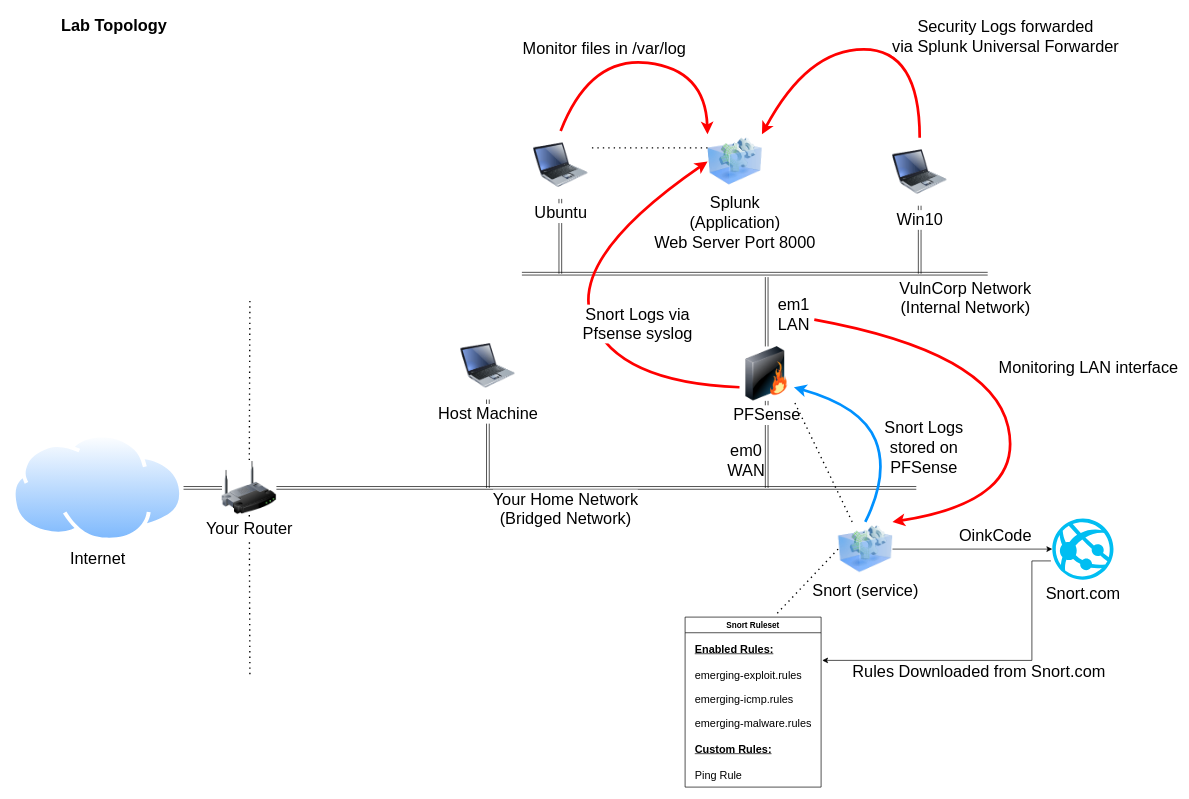
The draw.io diagram CIT_L5_SIEM_Topology.drawio in hypercoyote/tdx, before the edit. Source tidied: cells renumbered, new cells numbered last; positions are measured from the earlier drawing's top-left corner, leaving out a move shared by most shapes. Both pictures are drawn from the tidied source at 68%, with x=0, y=0 at pixel (12, 12).
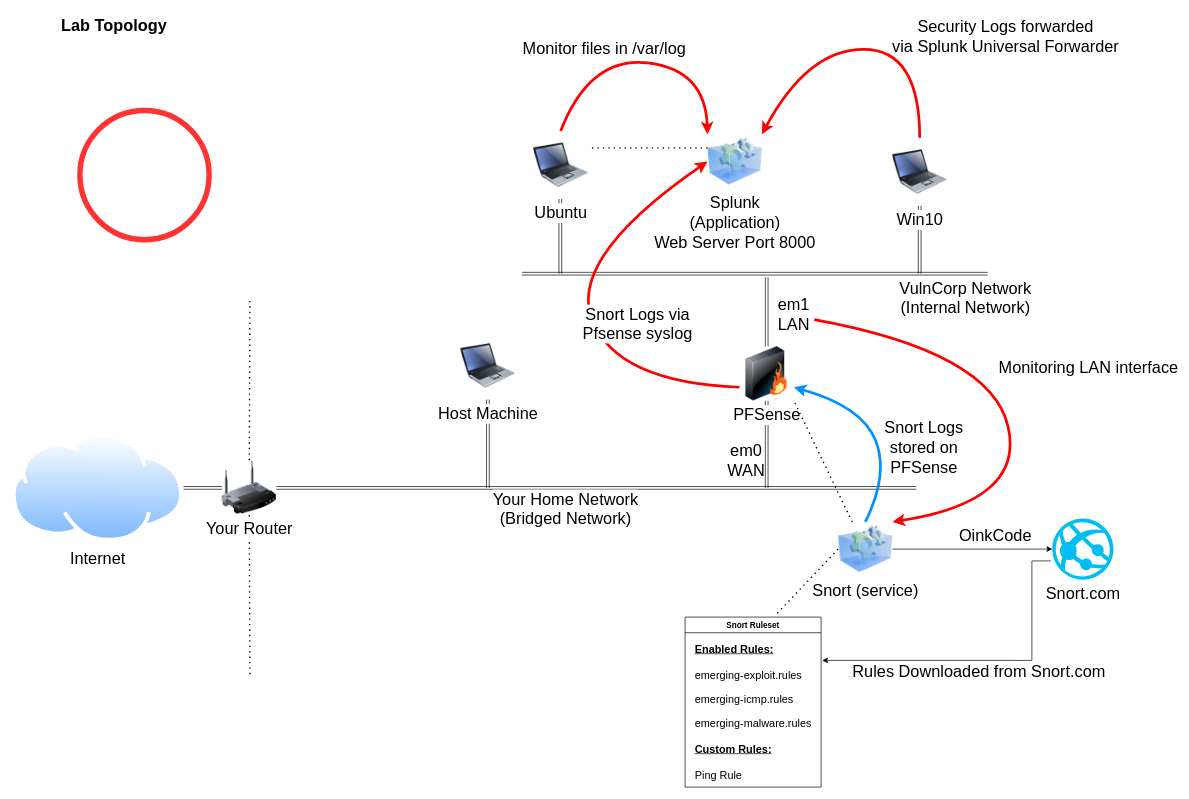
The same diagram, later.

What changed in the source:
```diff
@@
+    <mxCell id="45" style="ellipse;whiteSpace=wrap;html=1;fillColor=none;strokeColor=#FF3333;strokeWidth=8;" parent="1" vertex="1">
+      <mxGeometry x="100" y="145" width="190" height="190" as="geometry" />
+    </mxCell>
```
